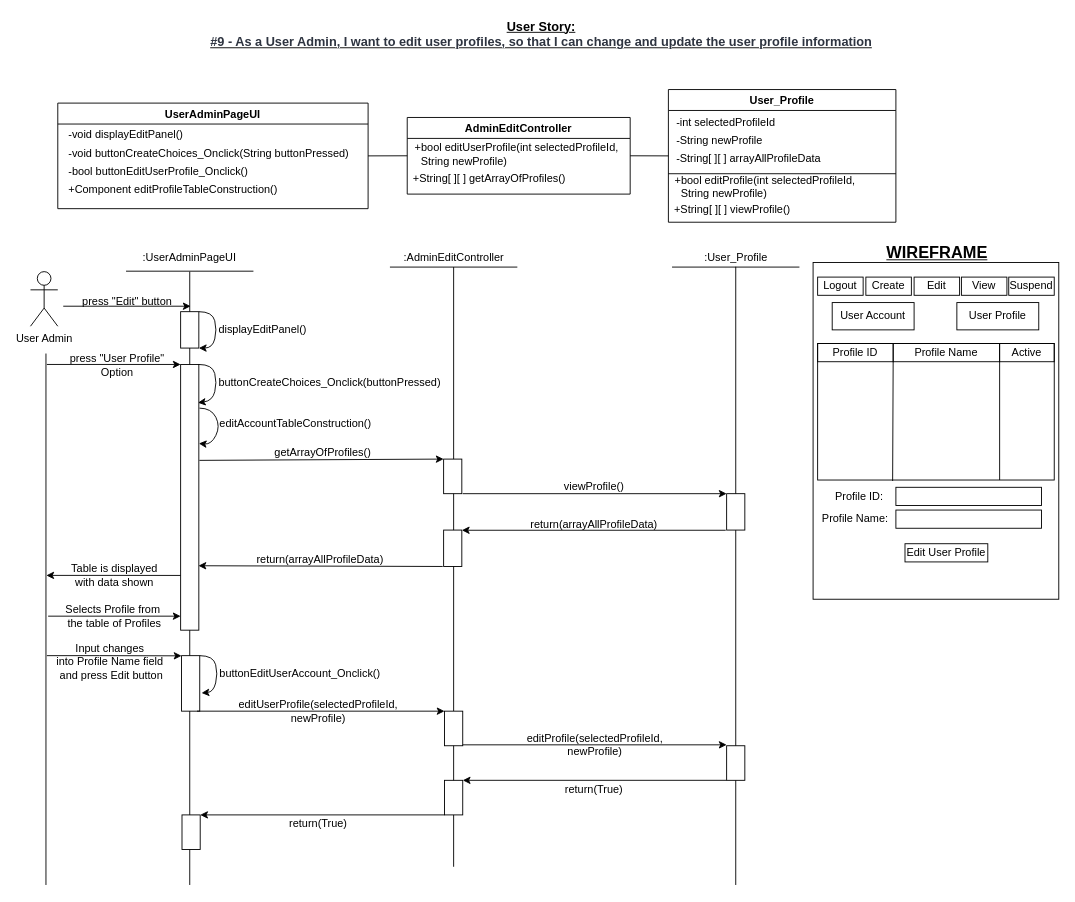
Before: BCE_UML_and_Diagrams/UserAdmin/UserAdmin_Edit(#4&9)/UserStory#9_EditUserProfile.drawio in extred5700/JAVAGUI-Restaurant-Table-Order-System, a draw.io diagram. Source tidied: cells renumbered, new cells numbered last; positions are measured from the earlier drawing's top-left corner, leaving out a move shared by most shapes. Both pictures are drawn from the tidied source at 91%, with x=0, y=0 at pixel (30, 15).
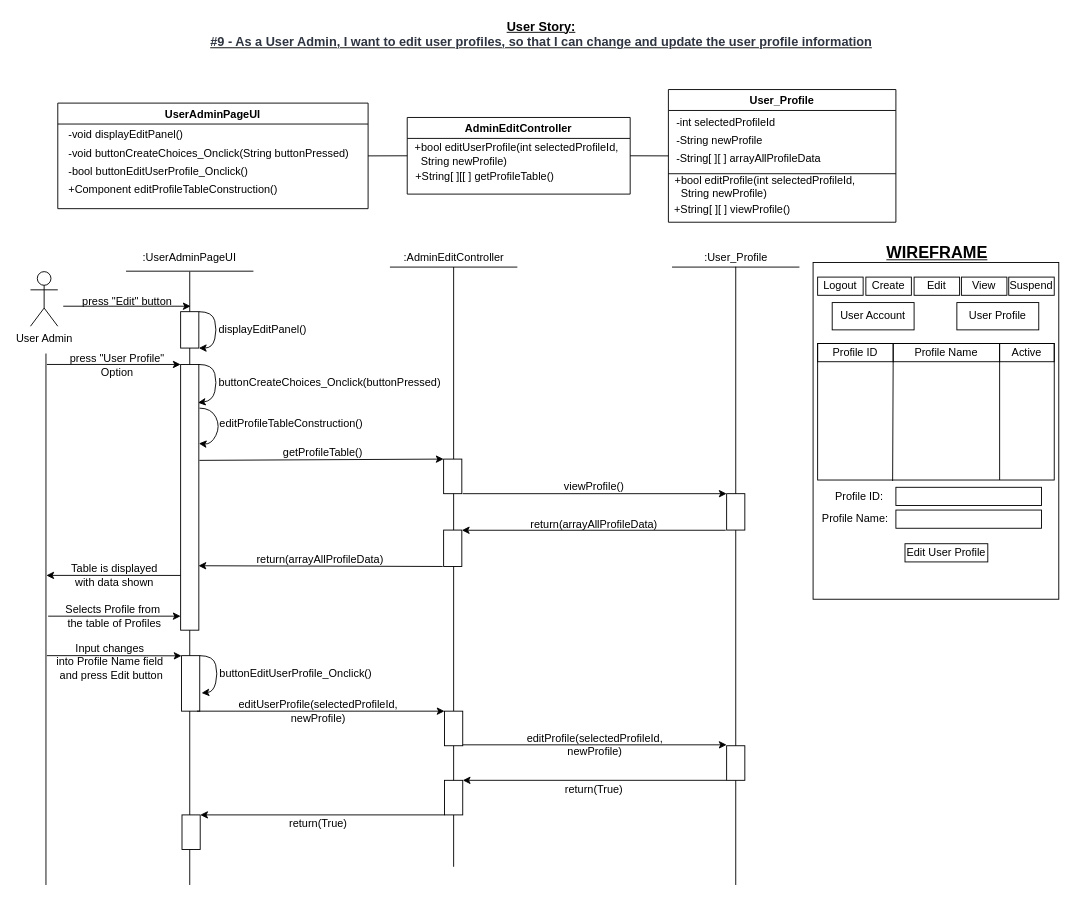
After the change.

Unchanged cells that the change refers to:
```xml
<mxCell id="9" value="AdminEditController" style="swimlane;startSize=23;" parent="1" vertex="1">
  <mxGeometry x="414" y="111.6" width="245" height="84.2" as="geometry" />
</mxCell>
```

What changed in the source:
```diff
@@
-    <mxCell id="11" value="&lt;div style=&quot;text-align: left&quot;&gt;&lt;span&gt;+String[ ][ ] getArrayOfProfiles()&lt;/span&gt;&lt;/div&gt;" style="text;html=1;align=center;verticalAlign=middle;strokeColor=none;fillColor=none;" parent="9" vertex="1">
-      <mxGeometry y="57.1" width="180" height="20" as="geometry" />
+    <mxCell id="11" value="&lt;div style=&quot;text-align: left&quot;&gt;&lt;span&gt;+String[ ][[ ] getProfileTable()&lt;/span&gt;&lt;/div&gt;" style="text;html=1;align=center;verticalAlign=middle;strokeColor=none;fillColor=none;" parent="9" vertex="1">
+      <mxGeometry y="55.2" width="170" height="20" as="geometry" />
     </mxCell>
@@
-    <mxCell id="50" value="editAccountTableConstruction()" style="text;html=1;align=left;verticalAlign=middle;strokeColor=none;fillColor=none;" parent="1" vertex="1">
-      <mxGeometry x="205.7" y="438" width="180" height="20" as="geometry" />
+    <mxCell id="50" value="editProfileTableConstruction()" style="text;html=1;align=left;verticalAlign=middle;strokeColor=none;fillColor=none;" parent="1" vertex="1">
+      <mxGeometry x="205.7" y="438" width="170" height="20" as="geometry" />
     </mxCell>
@@
-    <mxCell id="55" value="buttonEditUserAccount_Onclick()" style="text;html=1;align=left;verticalAlign=middle;strokeColor=none;fillColor=none;" parent="1" vertex="1">
-      <mxGeometry x="206" y="713" width="190" height="20" as="geometry" />
+    <mxCell id="55" value="buttonEditUserProfile_Onclick()" style="text;html=1;align=left;verticalAlign=middle;strokeColor=none;fillColor=none;" parent="1" vertex="1">
+      <mxGeometry x="206" y="713" width="180" height="20" as="geometry" />
     </mxCell>
@@
-    <mxCell id="94" value="getArrayOfProfiles()" style="text;html=1;align=center;verticalAlign=middle;strokeColor=none;fillColor=none;" parent="1" vertex="1">
-      <mxGeometry x="261" y="470" width="120" height="20" as="geometry" />
+    <mxCell id="94" value="getProfileTable()" style="text;html=1;align=center;verticalAlign=middle;strokeColor=none;fillColor=none;" parent="1" vertex="1">
+      <mxGeometry x="271" y="470" width="100" height="20" as="geometry" />
     </mxCell>
```
